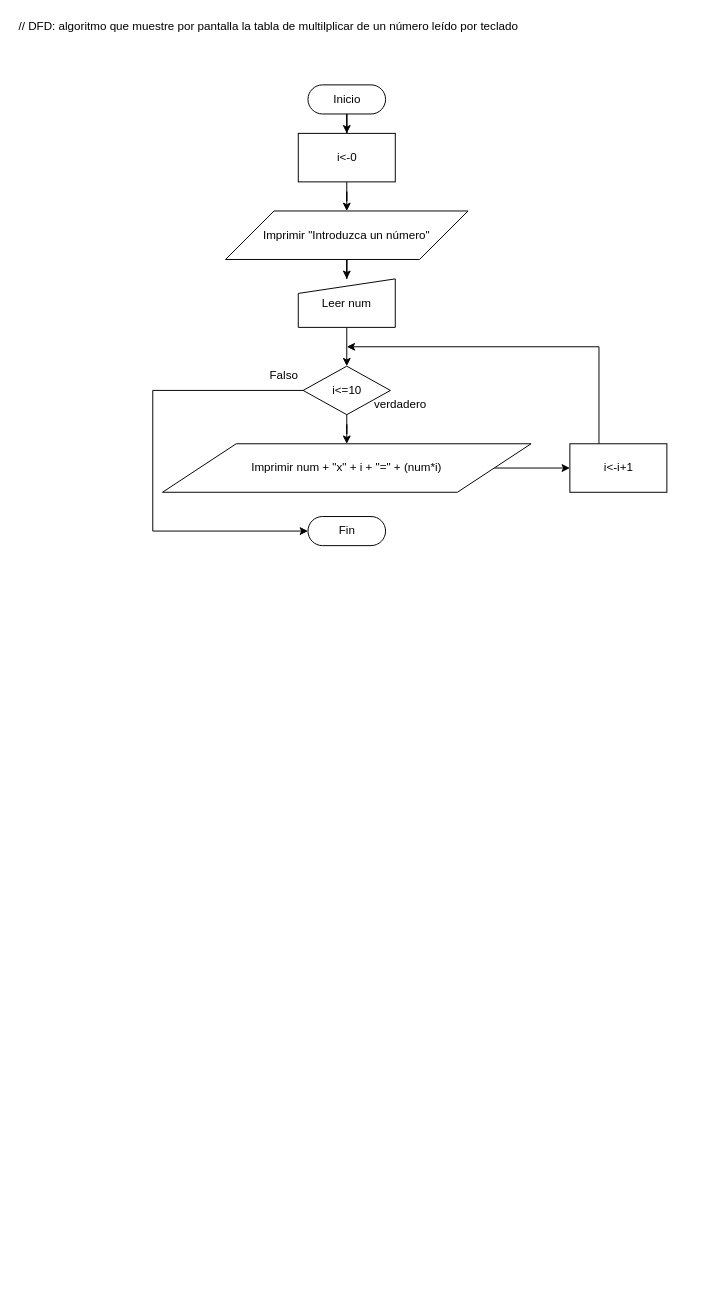
This is TablasMultiplicar.drawio from Alejandrogaralv/Programacion, a draw.io file, before an edit. Source tidied: cells renumbered, new cells numbered last; positions are measured from the earlier drawing's top-left corner, leaving out a move shared by most shapes. Both pictures are drawn from the tidied source at 97%, with x=0, y=0 at pixel (16, 16).
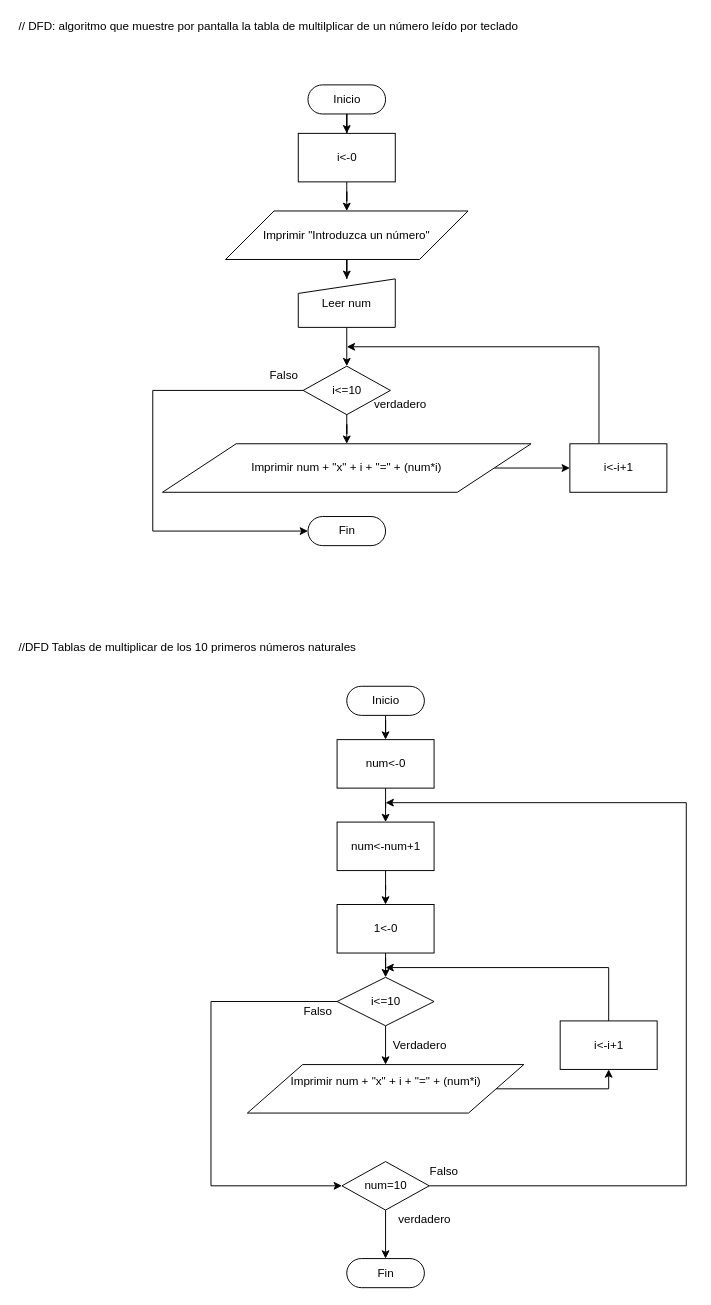
After the change.

What changed in the source:
```diff
@@
+    <mxCell id="21" value="//DFD Tablas de multiplicar de los 10 primeros números naturales&lt;br&gt;" style="text;html=1;align=left;verticalAlign=middle;strokeColor=none;" parent="1" vertex="1">
+      <mxGeometry y="640" width="360" height="20" as="geometry" />
+    </mxCell>
+    <mxCell id="22" style="edgeStyle=orthogonalEdgeStyle;rounded=0;jettySize=auto;html=1;" parent="1" edge="1" source="23" target="25">
+      <mxGeometry relative="1" as="geometry" />
+    </mxCell>
+    <mxCell id="23" value="Inicio" style="html=1;dashed=0;whitespace=wrap;shape=mxgraph.dfd.start;" parent="1" vertex="1">
+      <mxGeometry x="340" y="690" width="80" height="30" as="geometry" />
+    </mxCell>
+    <mxCell id="24" style="edgeStyle=orthogonalEdgeStyle;rounded=0;jettySize=auto;html=1;entryX=0.5;entryY=0;entryDx=0;entryDy=0;" parent="1" edge="1" source="25" target="27">
+      <mxGeometry relative="1" as="geometry" />
+    </mxCell>
+    <mxCell id="25" value="num&amp;lt;-0" style="html=1;dashed=0;whitespace=wrap;" parent="1" vertex="1">
+      <mxGeometry x="330" y="745" width="100" height="50" as="geometry" />
+    </mxCell>
+    <mxCell id="26" style="edgeStyle=orthogonalEdgeStyle;rounded=0;jettySize=auto;html=1;" parent="1" edge="1" source="27" target="29">
+      <mxGeometry relative="1" as="geometry" />
+    </mxCell>
+    <mxCell id="27" value="num&amp;lt;-num+1" style="html=1;dashed=0;whitespace=wrap;" parent="1" vertex="1">
+      <mxGeometry x="330" y="830" width="100" height="50" as="geometry" />
+    </mxCell>
+    <mxCell id="28" style="edgeStyle=orthogonalEdgeStyle;rounded=0;jettySize=auto;html=1;" parent="1" edge="1" source="29" target="32">
+      <mxGeometry relative="1" as="geometry" />
+    </mxCell>
+    <mxCell id="29" value="1&amp;lt;-0" style="html=1;dashed=0;whitespace=wrap;" parent="1" vertex="1">
+      <mxGeometry x="330" y="915" width="100" height="50" as="geometry" />
+    </mxCell>
+    <mxCell id="30" style="edgeStyle=orthogonalEdgeStyle;rounded=0;jettySize=auto;html=1;entryX=0.5;entryY=0;entryDx=0;entryDy=0;" parent="1" edge="1" source="32" target="34">
+      <mxGeometry relative="1" as="geometry" />
+    </mxCell>
+    <mxCell id="31" style="edgeStyle=orthogonalEdgeStyle;rounded=0;jettySize=auto;html=1;exitX=0;exitY=0.5;exitDx=0;exitDy=0;entryX=0;entryY=0.5;entryDx=0;entryDy=0;" parent="1" edge="1" source="32" target="41">
+      <mxGeometry relative="1" as="geometry">
+        <Array as="points">
+          <mxPoint x="200" y="1015" />
+          <mxPoint x="200" y="1205" />
+        </Array>
+      </mxGeometry>
+    </mxCell>
+    <mxCell id="32" value="i&amp;lt;=10" style="shape=rhombus;html=1;dashed=0;whitespace=wrap;perimeter=rhombusPerimeter;" parent="1" vertex="1">
+      <mxGeometry x="330" y="990" width="100" height="50" as="geometry" />
+    </mxCell>
+    <mxCell id="33" style="edgeStyle=orthogonalEdgeStyle;rounded=0;jettySize=auto;html=1;exitX=1;exitY=0.5;exitDx=0;exitDy=0;entryX=0.5;entryY=1;entryDx=0;entryDy=0;" parent="1" edge="1" source="34" target="37">
+      <mxGeometry relative="1" as="geometry" />
+    </mxCell>
+    <mxCell id="34" value="&lt;div&gt;&lt;span&gt;&#9;&#9;&#9;&lt;/span&gt;Imprimir num + &quot;x&quot; + i + &quot;=&quot; + (num*i)&lt;/div&gt;&lt;div&gt;&lt;br&gt;&lt;/div&gt;" style="shape=parallelogram;perimeter=parallelogramPerimeter;whiteSpace=wrap;html=1;dashed=0;" parent="1" vertex="1">
+      <mxGeometry x="237.5" y="1080" width="285" height="50" as="geometry" />
+    </mxCell>
+    <mxCell id="35" value="Verdadero" style="text;html=1;align=center;verticalAlign=middle;strokeColor=none;" parent="1" vertex="1">
+      <mxGeometry x="380" y="1050" width="70" height="20" as="geometry" />
+    </mxCell>
+    <mxCell id="36" style="edgeStyle=orthogonalEdgeStyle;rounded=0;jettySize=auto;html=1;exitX=0.5;exitY=0;exitDx=0;exitDy=0;" parent="1" edge="1" source="37">
+      <mxGeometry relative="1" as="geometry">
+        <mxPoint x="380" y="980" as="targetPoint" />
+        <Array as="points">
+          <mxPoint x="610" y="980" />
+        </Array>
+      </mxGeometry>
+    </mxCell>
+    <mxCell id="37" value="i&amp;lt;-i+1" style="html=1;dashed=0;whitespace=wrap;" parent="1" vertex="1">
+      <mxGeometry x="560" y="1035" width="100" height="50" as="geometry" />
+    </mxCell>
+    <mxCell id="38" value="Falso" style="text;html=1;align=center;verticalAlign=middle;strokeColor=none;" parent="1" vertex="1">
+      <mxGeometry x="290" y="1015" width="40" height="20" as="geometry" />
+    </mxCell>
+    <mxCell id="39" style="edgeStyle=orthogonalEdgeStyle;rounded=0;jettySize=auto;html=1;" parent="1" edge="1" source="41" target="42">
+      <mxGeometry relative="1" as="geometry" />
+    </mxCell>
+    <mxCell id="40" style="edgeStyle=orthogonalEdgeStyle;rounded=0;jettySize=auto;html=1;" parent="1" edge="1" source="41">
+      <mxGeometry relative="1" as="geometry">
+        <mxPoint x="380" y="810" as="targetPoint" />
+        <Array as="points">
+          <mxPoint x="690" y="1205" />
+          <mxPoint x="690" y="810" />
+        </Array>
+      </mxGeometry>
+    </mxCell>
+    <mxCell id="41" value="num=10" style="shape=rhombus;html=1;dashed=0;whitespace=wrap;perimeter=rhombusPerimeter;" parent="1" vertex="1">
+      <mxGeometry x="335" y="1180" width="90" height="50" as="geometry" />
+    </mxCell>
+    <mxCell id="42" value="Fin" style="html=1;dashed=0;whitespace=wrap;shape=mxgraph.dfd.start;" parent="1" vertex="1">
+      <mxGeometry x="340" y="1280" width="80" height="30" as="geometry" />
+    </mxCell>
+    <mxCell id="43" value="verdadero" style="text;html=1;align=center;verticalAlign=middle;strokeColor=none;" parent="1" vertex="1">
+      <mxGeometry x="385" y="1230" width="70" height="20" as="geometry" />
+    </mxCell>
+    <mxCell id="44" value="Falso" style="text;html=1;align=center;verticalAlign=middle;strokeColor=none;" parent="1" vertex="1">
+      <mxGeometry x="420" y="1180" width="40" height="20" as="geometry" />
+    </mxCell>
```
